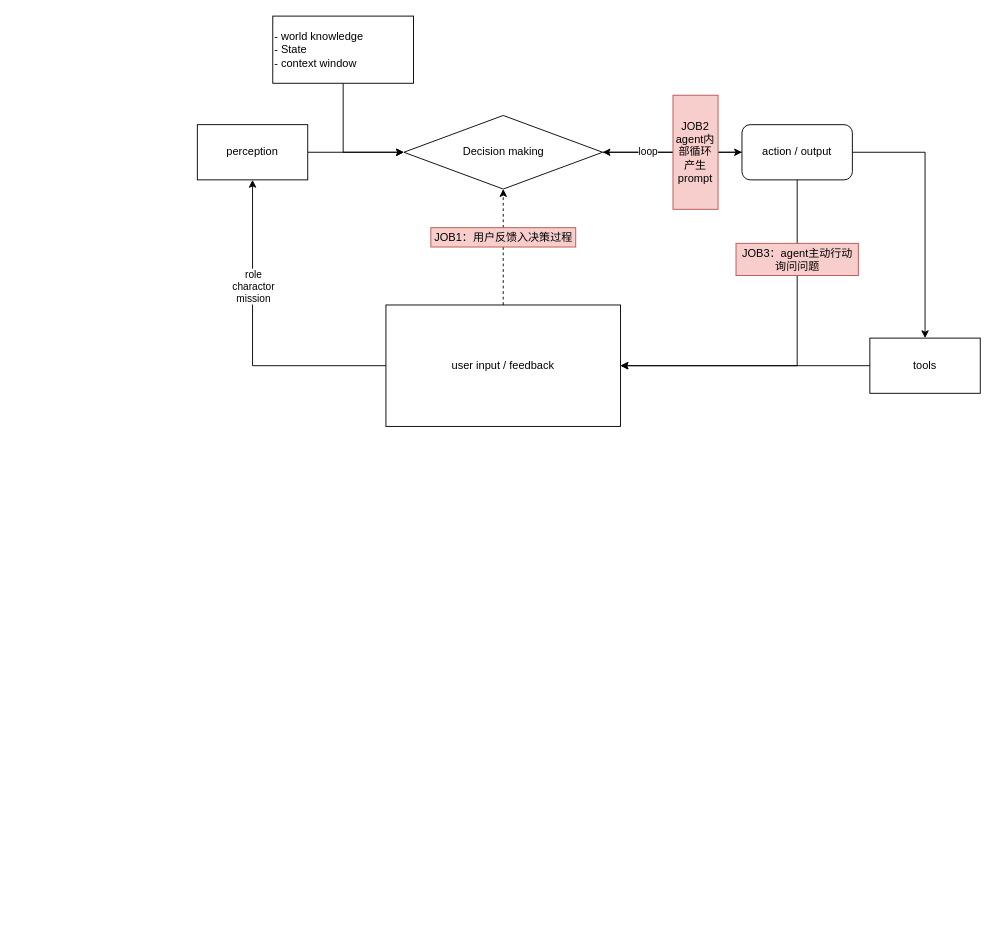
Above: autogpt.drawio in CaptainCCCP/Draw-io-cloud (draw.io), before the change. Source tidied: cells renumbered, new cells numbered last; positions are measured from the earlier drawing's top-left corner, leaving out a move shared by most shapes. Both pictures are drawn from the tidied source at 92%, with x=0, y=0 at pixel (197, 16).
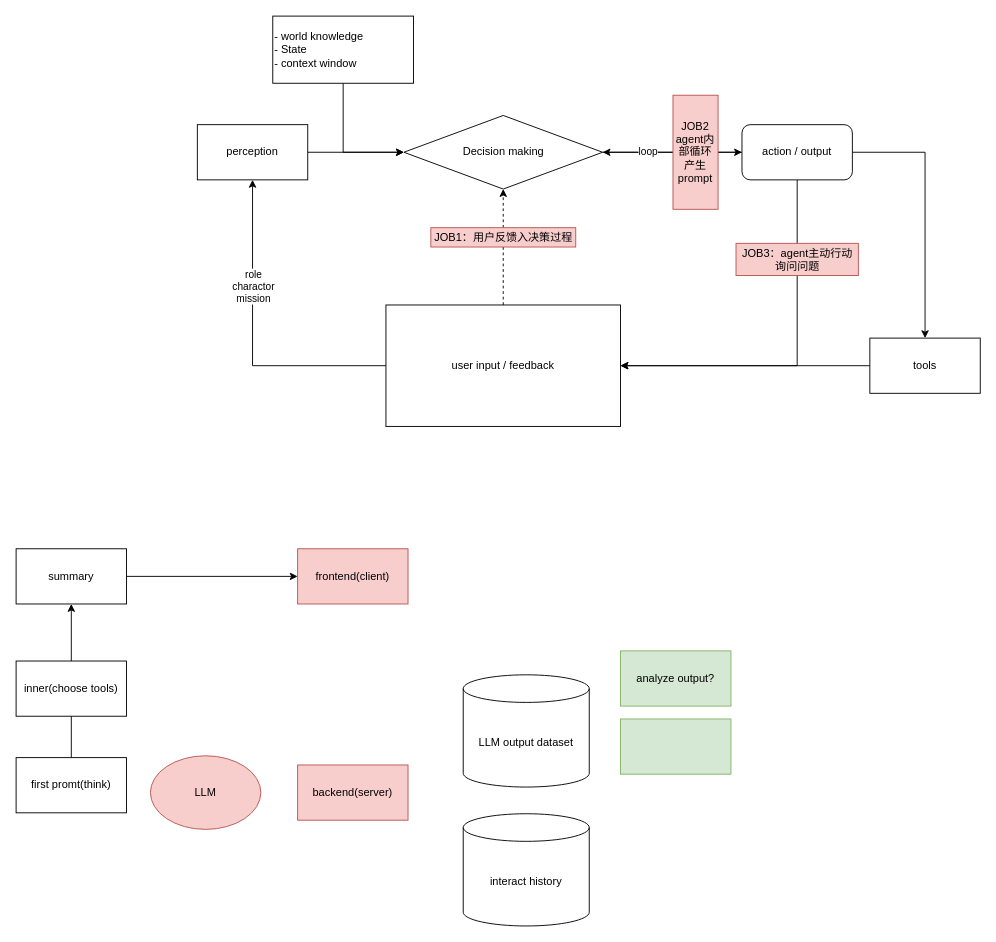
The same diagram, later.

Diff of the diagram source:
```diff
@@
+    <mxCell id="22" value="frontend(client)" style="rounded=0;whiteSpace=wrap;html=1;fillColor=#f8cecc;strokeColor=#b85450;" parent="1" vertex="1">
+      <mxGeometry x="109" y="579" width="120" height="60" as="geometry" />
+    </mxCell>
+    <mxCell id="23" value="backend(server)" style="rounded=0;whiteSpace=wrap;html=1;fillColor=#f8cecc;strokeColor=#b85450;" parent="1" vertex="1">
+      <mxGeometry x="109" y="814" width="120" height="60" as="geometry" />
+    </mxCell>
+    <mxCell id="24" value="LLM output dataset" style="shape=cylinder3;whiteSpace=wrap;html=1;boundedLbl=1;backgroundOutline=1;size=15;" parent="1" vertex="1">
+      <mxGeometry x="289" y="716" width="137" height="122" as="geometry" />
+    </mxCell>
+    <mxCell id="25" value="LLM" style="ellipse;whiteSpace=wrap;html=1;fillColor=#f8cecc;strokeColor=#b85450;" parent="1" vertex="1">
+      <mxGeometry x="-51" y="804" width="120" height="80" as="geometry" />
+    </mxCell>
+    <mxCell id="26" style="edgeStyle=orthogonalEdgeStyle;rounded=0;jettySize=auto;html=1;" parent="1" edge="1" source="27" target="30">
+      <mxGeometry relative="1" as="geometry" />
+    </mxCell>
+    <mxCell id="27" value="first promt(think)" style="rounded=0;whiteSpace=wrap;html=1;" parent="1" vertex="1">
+      <mxGeometry x="-197" y="806" width="120" height="60" as="geometry" />
+    </mxCell>
+    <mxCell id="28" value="inner(choose tools)" style="rounded=0;whiteSpace=wrap;html=1;" parent="1" vertex="1">
+      <mxGeometry x="-197" y="701" width="120" height="60" as="geometry" />
+    </mxCell>
+    <mxCell id="29" style="edgeStyle=orthogonalEdgeStyle;rounded=0;jettySize=auto;html=1;exitX=1;exitY=0.5;exitDx=0;exitDy=0;" parent="1" edge="1" source="30" target="22">
+      <mxGeometry relative="1" as="geometry" />
+    </mxCell>
+    <mxCell id="30" value="summary" style="rounded=0;whiteSpace=wrap;html=1;" parent="1" vertex="1">
+      <mxGeometry x="-197" y="579" width="120" height="60" as="geometry" />
+    </mxCell>
+    <mxCell id="31" value="interact history" style="shape=cylinder3;whiteSpace=wrap;html=1;boundedLbl=1;backgroundOutline=1;size=15;" parent="1" vertex="1">
+      <mxGeometry x="289" y="867" width="137" height="122" as="geometry" />
+    </mxCell>
+    <mxCell id="32" value="analyze output?" style="rounded=0;whiteSpace=wrap;html=1;fillColor=#d5e8d4;strokeColor=#82b366;" parent="1" vertex="1">
+      <mxGeometry x="460" y="690" width="120" height="60" as="geometry" />
+    </mxCell>
+    <mxCell id="33" style="rounded=0;whiteSpace=wrap;html=1;fillColor=#d5e8d4;strokeColor=#82b366;" parent="1" vertex="1">
+      <mxGeometry x="460" y="764" width="120" height="60" as="geometry" />
+    </mxCell>
```
